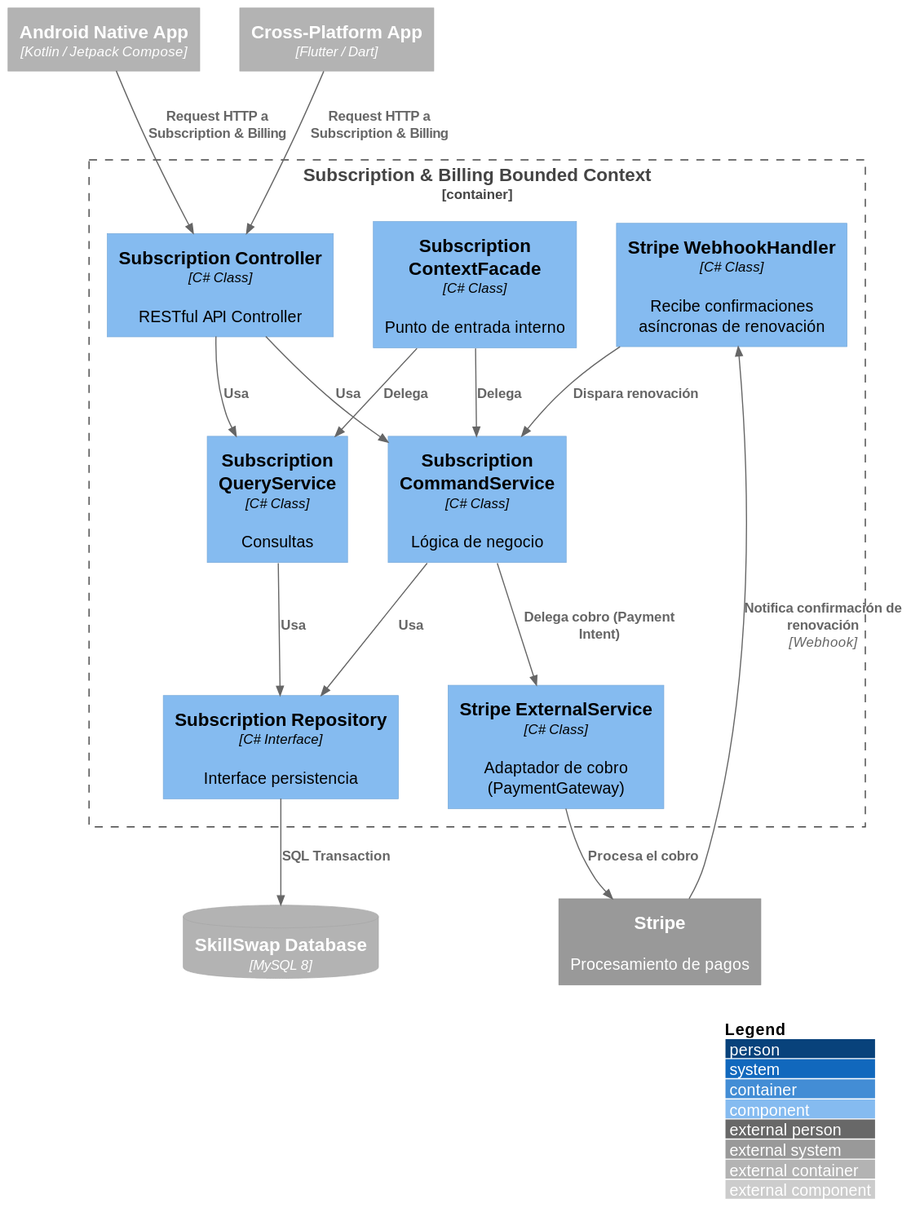
Earlier version of the PlantUML export images-doc/SubscriptionBillingComponent.svg (Aplicaciones-Dispositivos-Moviles/SkillSwap-ProjectReport).
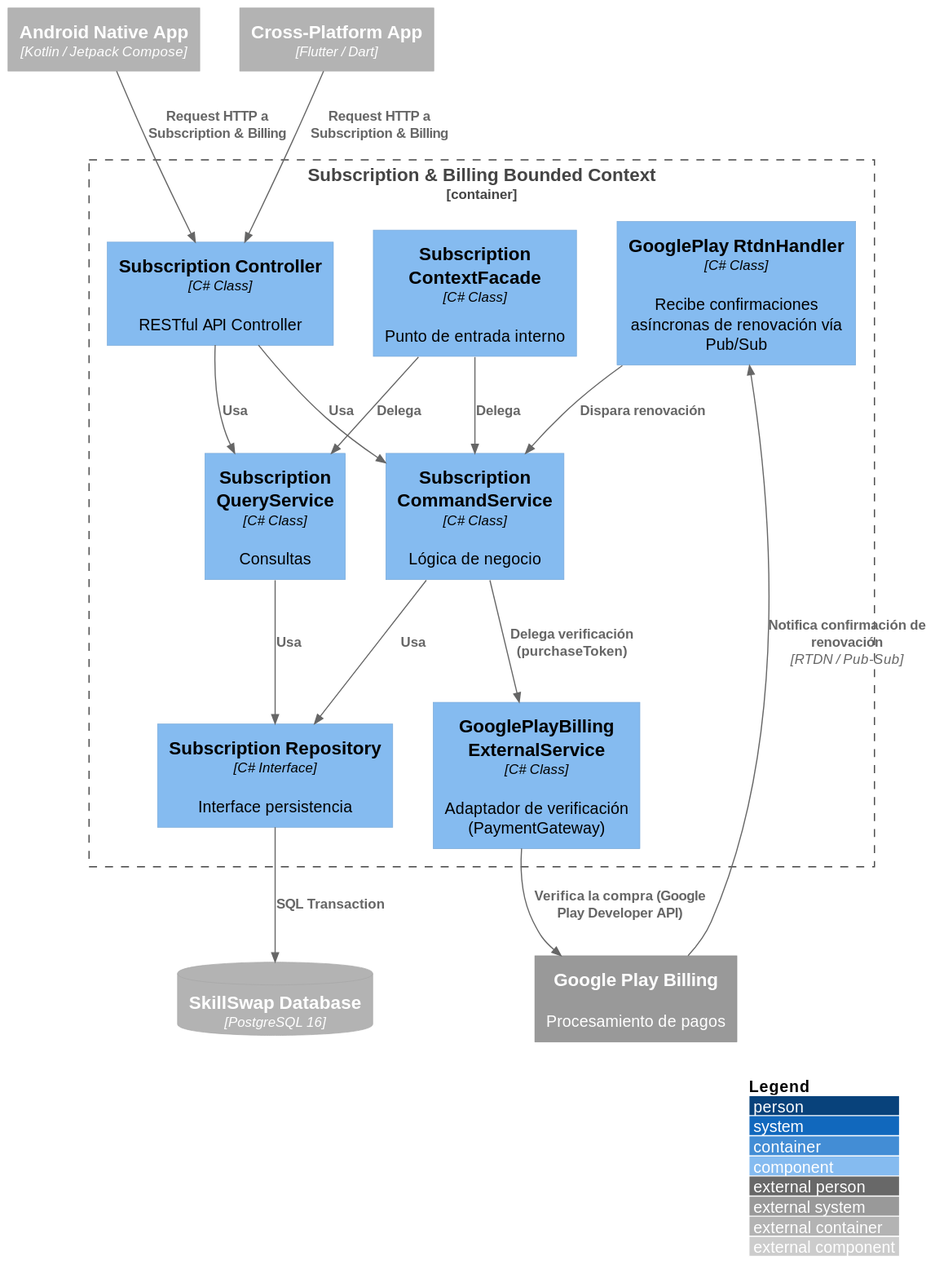
After the commit.

What changed in the source:
```diff
@@ -5,16 +5,16 @@
 
 Container_Ext(androidApp, "Android Native App", "Kotlin / Jetpack Compose")
 Container_Ext(flutterApp, "Cross-Platform App", "Flutter / Dart")
-ContainerDb_Ext(mainDB, "SkillSwap Database", "MySQL 8")
-System_Ext(stripeApi, "Stripe", "Procesamiento de pagos")
+ContainerDb_Ext(mainDB, "SkillSwap Database", "PostgreSQL 16")
+System_Ext(googlePlayBilling, "Google Play Billing", "Procesamiento de pagos")
 
 Container_Boundary(subscriptionBC, "Subscription & Billing Bounded Context") {
     Component(subscriptionController, "Subscription Controller", "C# Class", "RESTful API Controller")
     Component(subscriptionCommandService, "Subscription CommandService", "C# Class", "Lógica de negocio")
     Component(subscriptionQueryService, "Subscription QueryService", "C# Class", "Consultas")
     Component(subscriptionRepository, "Subscription Repository", "C# Interface", "Interface persistencia")
-    Component(stripeGatewayExternal, "Stripe ExternalService", "C# Class", "Adaptador de cobro (PaymentGateway)")
-    Component(webhookHandler, "Stripe WebhookHandler", "C# Class", "Recibe confirmaciones asíncronas de renovación")
+    Component(googlePlayGatewayExternal, "GooglePlayBilling ExternalService", "C# Class", "Adaptador de verificación (PaymentGateway)")
+    Component(rtdnHandler, "GooglePlay RtdnHandler", "C# Class", "Recibe confirmaciones asíncronas de renovación vía Pub/Sub")
     Component(subscriptionContextFacade, "Subscription ContextFacade", "C# Class", "Punto de entrada interno")
 }
 
@@ -28,11 +28,11 @@
 Rel(subscriptionQueryService, subscriptionRepository, "Usa")
 Rel(subscriptionRepository, mainDB, "SQL Transaction")
 
-Rel(subscriptionCommandService, stripeGatewayExternal, "Delega cobro (Payment Intent)")
-Rel(stripeGatewayExternal, stripeApi, "Procesa el cobro")
+Rel(subscriptionCommandService, googlePlayGatewayExternal, "Delega verificación (purchaseToken)")
+Rel(googlePlayGatewayExternal, googlePlayBilling, "Verifica la compra (Google Play Developer API)")
 
-Rel(stripeApi, webhookHandler, "Notifica confirmación de renovación", "Webhook")
-Rel(webhookHandler, subscriptionCommandService, "Dispara renovación")
+Rel(googlePlayBilling, rtdnHandler, "Notifica confirmación de renovación", "RTDN / Pub-Sub")
+Rel(rtdnHandler, subscriptionCommandService, "Dispara renovación")
 
 Rel(subscriptionContextFacade, subscriptionCommandService, "Delega")
 Rel(subscriptionContextFacade, subscriptionQueryService, "Delega")
```
